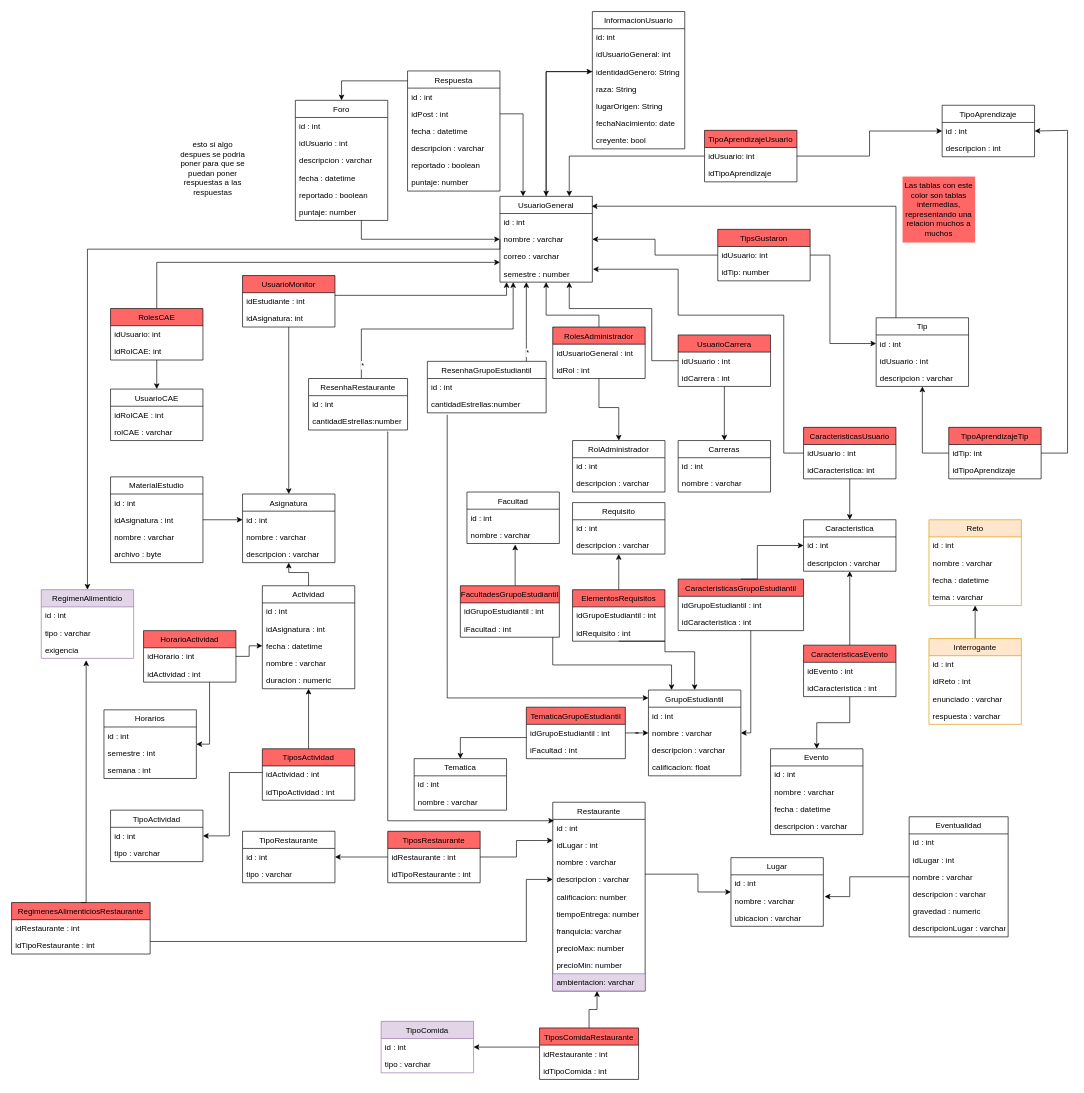
Earlier version of the draw.io diagram diagramas/persistencia.drawio (Campus-Connect-PUJ/Campus-Connect-Back). Source tidied: cells renumbered, new cells numbered last; positions are measured from the earlier drawing's top-left corner, leaving out a move shared by most shapes. Both pictures are drawn from the tidied source at 66%, with x=0, y=0 at pixel (11, 11).
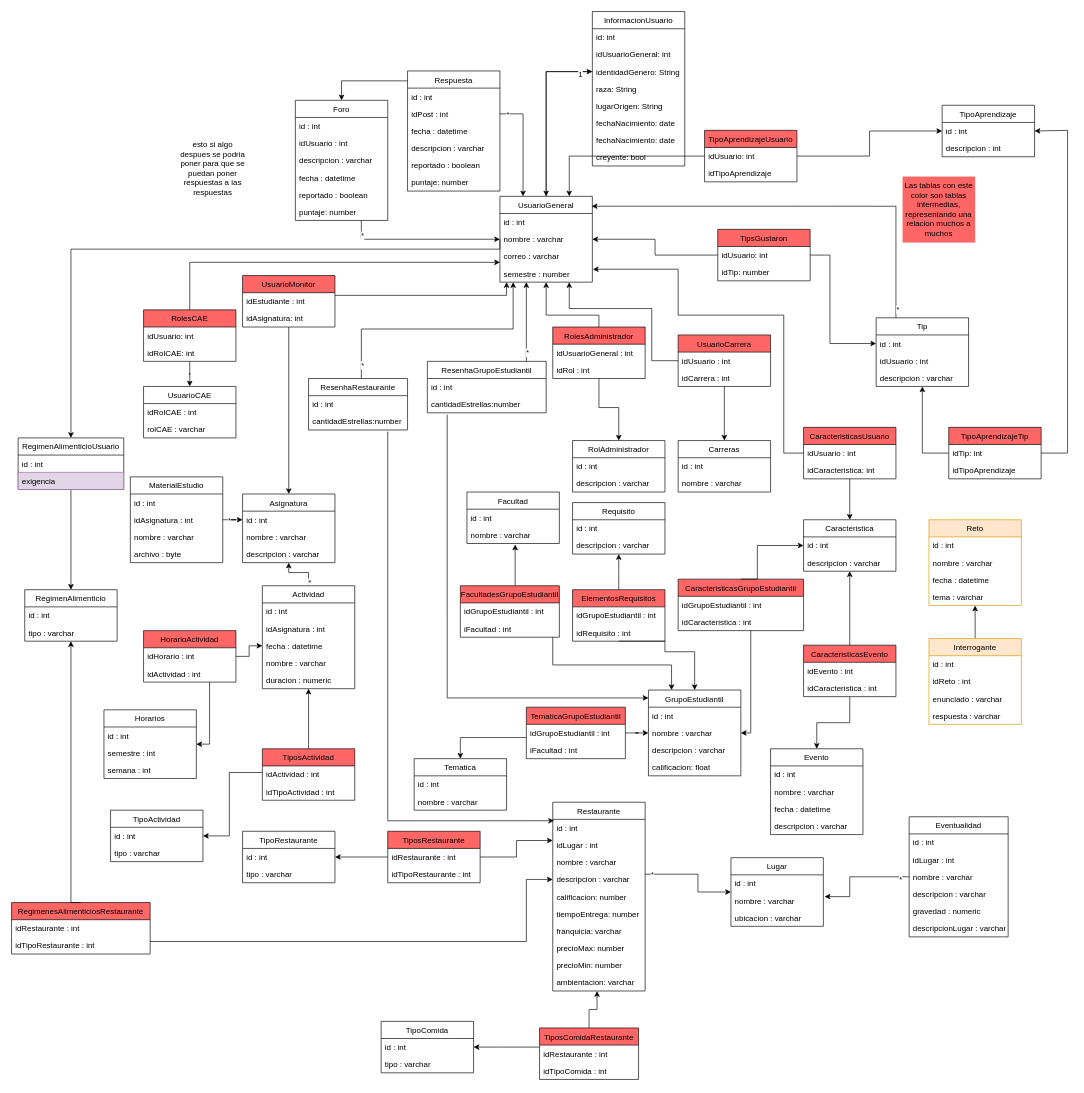
The same diagram, later.

Commit message (it also covers changes not shown here):
Ambientacion y tipo de comida de los restaurantes

The change refers to these unchanged cells:
```xml
<mxCell id="5" value="nombre : varchar" style="text;strokeColor=none;fillColor=none;align=left;verticalAlign=top;spacingLeft=4;spacingRight=4;overflow=hidden;points=[[0,0.5],[1,0.5]];portConstraint=eastwest;" parent="3" vertex="1">
  <mxGeometry y="52" width="140" height="26" as="geometry" />
</mxCell>
<mxCell id="41" style="edgeStyle=orthogonalEdgeStyle;rounded=0;jettySize=auto;html=1;entryX=0;entryY=0.5;entryDx=0;entryDy=0;" parent="1" edge="1" source="42" target="5">
  <mxGeometry relative="1" as="geometry">
    <Array as="points">
      <mxPoint x="530" y="345" />
    </Array>
  </mxGeometry>
</mxCell>
<mxCell id="98" style="edgeStyle=orthogonalEdgeStyle;rounded=0;jettySize=auto;html=1;entryX=1.014;entryY=0.269;entryDx=0;entryDy=0;entryPerimeter=0;" parent="1" edge="1" source="99" target="96">
  <mxGeometry relative="1" as="geometry">
    <Array as="points">
      <mxPoint x="1270" y="1311" />
      <mxPoint x="1270" y="1341" />
    </Array>
  </mxGeometry>
</mxCell>
<mxCell id="106" style="edgeStyle=orthogonalEdgeStyle;rounded=0;jettySize=auto;html=1;entryX=0;entryY=0.5;entryDx=0;entryDy=0;" parent="1" edge="1" source="107" target="94">
  <mxGeometry relative="1" as="geometry">
    <Array as="points">
      <mxPoint x="1040" y="1307" />
      <mxPoint x="1040" y="1334" />
    </Array>
  </mxGeometry>
</mxCell>
<mxCell id="107" value="Restaurante" style="swimlane;fontStyle=0;horizontal=1;startSize=26;fillColor=none;" parent="1" vertex="1">
  <mxGeometry x="820" y="1198" width="140" height="286" as="geometry" />
</mxCell>
<mxCell id="126" style="edgeStyle=orthogonalEdgeStyle;rounded=0;jettySize=auto;html=1;entryX=0.5;entryY=1;entryDx=0;entryDy=0;" parent="1" edge="1" source="127" target="141">
  <mxGeometry relative="1" as="geometry" />
</mxCell>
<mxCell id="145" style="edgeStyle=orthogonalEdgeStyle;rounded=0;jettySize=auto;html=1;entryX=0;entryY=0.5;entryDx=0;entryDy=0;" parent="1" edge="1" source="146" target="142">
  <mxGeometry relative="1" as="geometry" />
</mxCell>
<mxCell id="151" style="edgeStyle=orthogonalEdgeStyle;rounded=0;jettySize=auto;html=1;entryX=0.993;entryY=0.115;entryDx=0;entryDy=0;entryPerimeter=0;" parent="1" edge="1" source="152" target="3">
  <mxGeometry relative="1" as="geometry">
    <Array as="points">
      <mxPoint x="1340" y="295" />
    </Array>
  </mxGeometry>
</mxCell>
<mxCell id="167" style="edgeStyle=orthogonalEdgeStyle;rounded=0;jettySize=auto;html=1;entryX=0.5;entryY=0;entryDx=0;entryDy=0;" parent="1" edge="1" source="162" target="3">
  <mxGeometry relative="1" as="geometry" />
</mxCell>
<mxCell id="194" style="edgeStyle=orthogonalEdgeStyle;rounded=0;jettySize=auto;html=1;entryX=0.25;entryY=0;entryDx=0;entryDy=0;" parent="1" edge="1" source="52" target="3">
  <mxGeometry relative="1" as="geometry" />
</mxCell>
<mxCell id="196" value="RegimenesAlimenticiosRestaurante" style="swimlane;fontStyle=0;horizontal=1;startSize=26;fillColor=#FF6666;" parent="1" vertex="1">
  <mxGeometry y="1350" width="210" height="78" as="geometry" />
</mxCell>
<mxCell id="201" value="tipo : varchar" style="text;strokeColor=none;fillColor=none;align=left;verticalAlign=top;spacingLeft=4;spacingRight=4;overflow=hidden;points=[[0,0.5],[1,0.5]];portConstraint=eastwest;" parent="199" vertex="1">
  <mxGeometry y="52" width="140" height="26" as="geometry" />
</mxCell>
```

What changed in the source:
```diff
@@
     <mxCell id="38" value="UsuarioCAE" style="swimlane;fontStyle=0;horizontal=1;startSize=26;fillColor=none;" parent="1" vertex="1">
-      <mxGeometry x="150" y="572" width="140" height="78" as="geometry" />
+      <mxGeometry x="200" y="568" width="140" height="78" as="geometry" />
     </mxCell>
@@
+    <mxCell id="247" value="*" style="edgeLabel;html=1;align=center;verticalAlign=middle;" parent="41" vertex="1">
+      <mxGeometry x="-0.81" y="1" relative="1" as="geometry" />
+    </mxCell>
@@
+    <mxCell id="248" value="*" style="edgeLabel;html=1;align=center;verticalAlign=middle;" parent="98" vertex="1">
+      <mxGeometry x="-0.82" y="4" relative="1" as="geometry" />
+    </mxCell>
@@
+    <mxCell id="249" value="*" style="edgeLabel;html=1;align=center;verticalAlign=middle;" parent="106" vertex="1">
+      <mxGeometry x="-0.87" relative="1" as="geometry" />
+    </mxCell>
@@
-    <mxCell id="117" value="ambientacion: varchar" style="text;strokeColor=#9673a6;fillColor=#e1d5e7;align=left;verticalAlign=top;spacingLeft=4;spacingRight=4;overflow=hidden;points=[[0,0.5],[1,0.5]];portConstraint=eastwest;" parent="107" vertex="1">
+    <mxCell id="117" value="ambientacion: varchar" style="text;align=left;verticalAlign=top;spacingLeft=4;spacingRight=4;overflow=hidden;points=[[0,0.5],[1,0.5]];portConstraint=eastwest;" parent="107" vertex="1">
       <mxGeometry y="260" width="140" height="26" as="geometry" />
     </mxCell>
@@
+    <mxCell id="250" value="*" style="edgeLabel;html=1;align=center;verticalAlign=middle;" parent="126" vertex="1">
+      <mxGeometry x="-0.82" y="-1" relative="1" as="geometry" />
+    </mxCell>
@@
+    <mxCell id="251" value="*" style="edgeLabel;html=1;align=center;verticalAlign=middle;" parent="145" vertex="1">
+      <mxGeometry x="-0.64" y="-1" relative="1" as="geometry" />
+    </mxCell>
     <mxCell id="146" value="MaterialEstudio" style="swimlane;fontStyle=0;horizontal=1;startSize=26;fillColor=none;" parent="1" vertex="1">
-      <mxGeometry x="150" y="705" width="140" height="130" as="geometry" />
+      <mxGeometry x="180" y="705" width="140" height="130" as="geometry" />
     </mxCell>
@@
+    <mxCell id="252" value="*" style="edgeLabel;html=1;align=center;verticalAlign=middle;" parent="151" vertex="1">
+      <mxGeometry x="-0.96" y="-2" relative="1" as="geometry" />
+    </mxCell>
@@
     <mxCell id="159" value="InformacionUsuario" style="swimlane;fontStyle=0;horizontal=1;startSize=26;fillColor=none;" parent="1" vertex="1">
-      <mxGeometry x="880" width="140" height="208" as="geometry" />
+      <mxGeometry x="880" width="140" height="234" as="geometry" />
     </mxCell>
@@
+    <mxCell id="253" value="fechaNacimiento: date" style="text;strokeColor=none;fillColor=none;align=left;verticalAlign=top;spacingLeft=4;spacingRight=4;overflow=hidden;" parent="159" vertex="1">
+      <mxGeometry y="156" width="140" height="26" as="geometry" />
+    </mxCell>
     <mxCell id="165" value="fechaNacimiento: date" style="text;strokeColor=none;fillColor=none;align=left;verticalAlign=top;spacingLeft=4;spacingRight=4;overflow=hidden;" parent="159" vertex="1">
-      <mxGeometry y="156" width="140" height="26" as="geometry" />
+      <mxGeometry y="182" width="140" height="26" as="geometry" />
     </mxCell>
     <mxCell id="166" value="creyente: bool" style="text;strokeColor=none;fillColor=none;align=left;verticalAlign=top;spacingLeft=4;spacingRight=4;overflow=hidden;" parent="159" vertex="1">
-      <mxGeometry y="182" width="140" height="26" as="geometry" />
+      <mxGeometry y="208" width="140" height="26" as="geometry" />
     </mxCell>
@@
+    <mxCell id="254" value="1" style="edgeLabel;html=1;align=center;verticalAlign=middle;" parent="167" vertex="1">
+      <mxGeometry x="-0.85" y="4" relative="1" as="geometry" />
+    </mxCell>
@@
     <mxCell id="189" style="edgeStyle=orthogonalEdgeStyle;rounded=0;jettySize=auto;html=1;" parent="1" edge="1" source="191">
       <mxGeometry relative="1" as="geometry">
         <mxPoint x="740" y="380" as="targetPoint" />
         <Array as="points">
-          <mxPoint x="220" y="380" />
-          <mxPoint x="740" y="380" />
+          <mxPoint x="270" y="380" />
         </Array>
       </mxGeometry>
     </mxCell>
@@
     <mxCell id="191" value="RolesCAE" style="swimlane;fontStyle=0;horizontal=1;startSize=26;fillColor=#FF6666;" parent="1" vertex="1">
-      <mxGeometry x="150" y="450" width="140" height="78" as="geometry" />
+      <mxGeometry x="200" y="452" width="140" height="78" as="geometry" />
     </mxCell>
@@
+    <mxCell id="255" value="*" style="edgeLabel;html=1;align=center;verticalAlign=middle;" parent="194" vertex="1">
+      <mxGeometry x="-0.86" y="-1" relative="1" as="geometry" />
+    </mxCell>
@@
-    <mxCell id="199" value="RegimenAlimenticio" style="swimlane;fontStyle=0;horizontal=1;startSize=26;fillColor=#e1d5e7;strokeColor=#9673a6;" parent="1" vertex="1">
-      <mxGeometry x="45" y="876" width="140" height="104" as="geometry" />
+    <mxCell id="199" value="RegimenAlimenticio" style="swimlane;fontStyle=0;horizontal=1;startSize=26;" parent="1" vertex="1">
+      <mxGeometry x="20" y="876" width="140" height="78" as="geometry" />
     </mxCell>
@@
-    <mxCell id="202" value="exigencia" style="text;strokeColor=none;fillColor=none;align=left;verticalAlign=top;spacingLeft=4;spacingRight=4;overflow=hidden;points=[[0,0.5],[1,0.5]];portConstraint=eastwest;" parent="199" vertex="1">
-      <mxGeometry y="78" width="140" height="26" as="geometry" />
-    </mxCell>
-    <mxCell id="203" style="edgeStyle=orthogonalEdgeStyle;rounded=0;jettySize=auto;html=1;entryX=0.486;entryY=1.115;entryDx=0;entryDy=0;entryPerimeter=0;exitX=0.5;exitY=0;exitDx=0;exitDy=0;" parent="1" edge="1" source="196" target="202">
+    <mxCell id="203" style="edgeStyle=orthogonalEdgeStyle;rounded=0;jettySize=auto;html=1;exitX=0.5;exitY=0;exitDx=0;exitDy=0;" parent="1" edge="1" source="196" target="201">
       <mxGeometry relative="1" as="geometry">
         <Array as="points">
-          <mxPoint x="113" y="1350" />
+          <mxPoint x="90" y="1350" />
         </Array>
       </mxGeometry>
     </mxCell>
@@
-    <mxCell id="205" style="edgeStyle=orthogonalEdgeStyle;rounded=0;jettySize=auto;html=1;entryX=0.5;entryY=0;entryDx=0;entryDy=0;exitX=0;exitY=0.5;exitDx=0;exitDy=0;" parent="1" edge="1" source="5" target="199">
+    <mxCell id="205" style="edgeStyle=orthogonalEdgeStyle;rounded=0;jettySize=auto;html=1;entryX=0.5;entryY=0;entryDx=0;entryDy=0;exitX=0;exitY=0.5;exitDx=0;exitDy=0;" parent="1" edge="1" source="5" target="257">
       <mxGeometry relative="1" as="geometry">
         <Array as="points">
           <mxPoint x="740" y="360" />
-          <mxPoint x="115" y="360" />
+          <mxPoint x="90" y="360" />
         </Array>
       </mxGeometry>
     </mxCell>
@@
-    <mxCell id="216" value="TipoComida" style="swimlane;fontStyle=0;horizontal=1;startSize=26;fillColor=#e1d5e7;strokeColor=#9673a6;" parent="1" vertex="1">
+    <mxCell id="216" value="TipoComida" style="swimlane;fontStyle=0;horizontal=1;startSize=26;" parent="1" vertex="1">
       <mxGeometry x="560" y="1530" width="140" height="78" as="geometry" />
     </mxCell>
@@
+    <mxCell id="256" style="edgeStyle=orthogonalEdgeStyle;rounded=0;jettySize=auto;html=1;entryX=0.5;entryY=0;entryDx=0;entryDy=0;" parent="1" edge="1" source="257" target="199">
+      <mxGeometry relative="1" as="geometry" />
+    </mxCell>
+    <mxCell id="257" value="RegimenAlimenticioUsuario" style="swimlane;fontStyle=0;horizontal=1;startSize=26;" parent="1" vertex="1">
+      <mxGeometry x="10" y="646" width="160" height="78" as="geometry" />
+    </mxCell>
+    <mxCell id="258" value="id : int" style="text;strokeColor=none;fillColor=none;align=left;verticalAlign=top;spacingLeft=4;spacingRight=4;overflow=hidden;" parent="257" vertex="1">
+      <mxGeometry y="26" width="160" height="26" as="geometry" />
+    </mxCell>
+    <mxCell id="202" value="exigencia" style="text;strokeColor=#9673a6;fillColor=#e1d5e7;align=left;verticalAlign=top;spacingLeft=4;spacingRight=4;overflow=hidden;points=[[0,0.5],[1,0.5]];portConstraint=eastwest;" parent="257" vertex="1">
+      <mxGeometry y="52" width="160" height="26" as="geometry" />
+    </mxCell>
```
